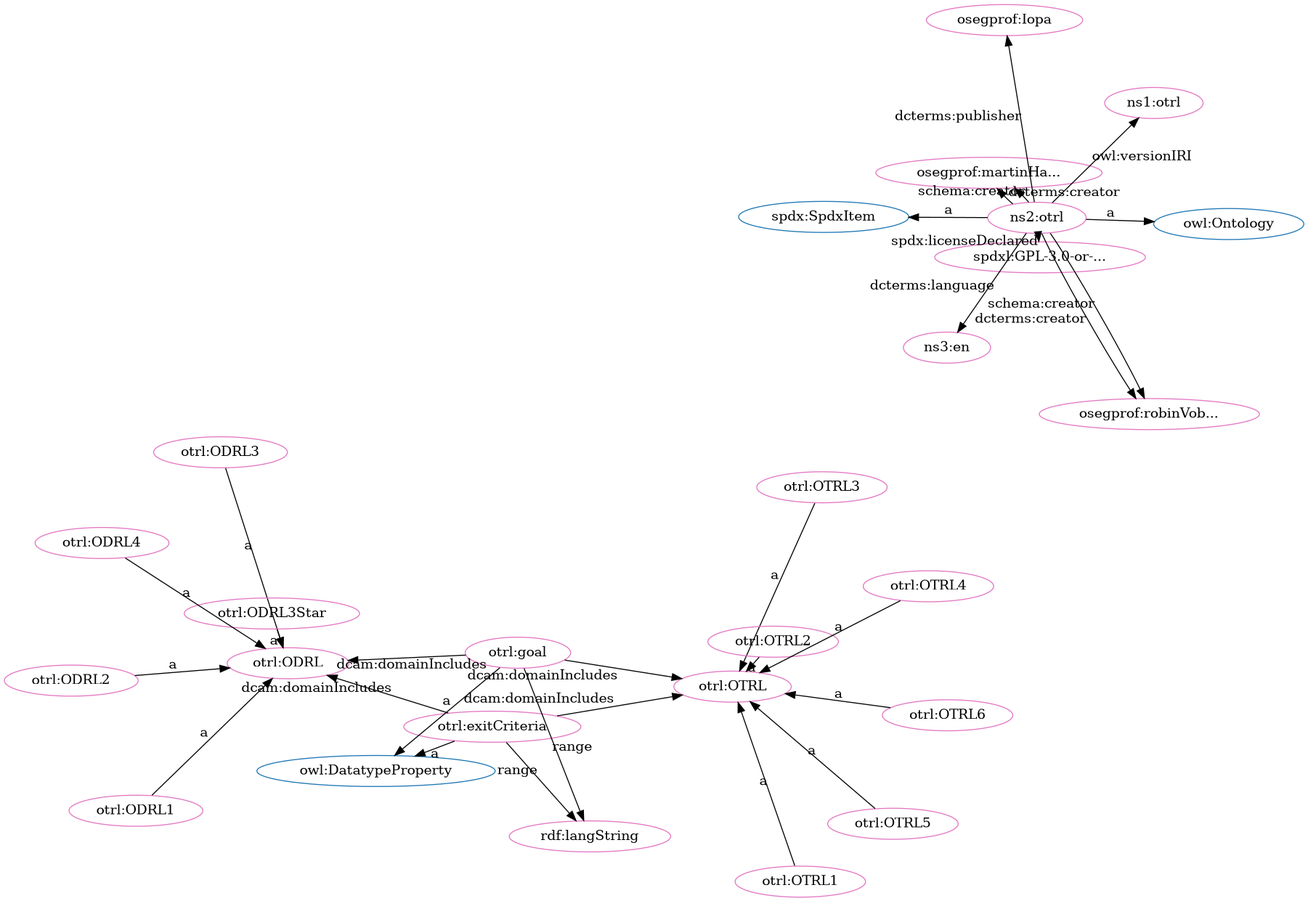
iop-alliance/OpenKnowHow keeps this Graphviz diagram as src/spec/fdp_otrl.png. Above is the earlier version. Its source is kept beside it as src/spec/fdp_otrl.dot.
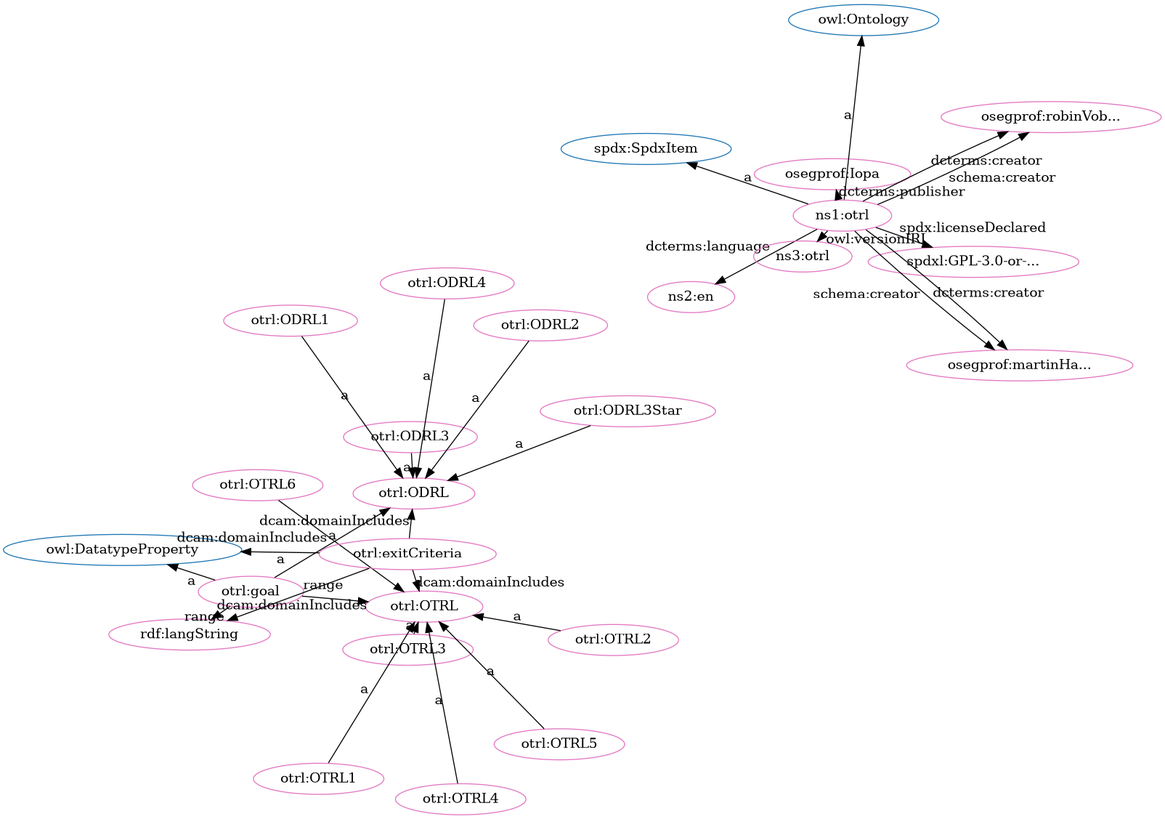
After the commit.

What changed in the source:
```diff
@@ -1,61 +1,61 @@
 digraph G {
   rankdir=BT
   node[height=.3]
+"http://www.w3.org/2002/07/owl#DatatypeProperty" [fillcolor="#1f77b4" color="#1f77b4" label="owl:DatatypeProperty"]
 "http://spdx.org/rdf/terms#SpdxItem" [fillcolor="#1f77b4" color="#1f77b4" label="spdx:SpdxItem"]
 "http://www.w3.org/2002/07/owl#Ontology" [fillcolor="#1f77b4" color="#1f77b4" label="owl:Ontology"]
-"http://www.w3.org/2002/07/owl#DatatypeProperty" [fillcolor="#1f77b4" color="#1f77b4" label="owl:DatatypeProperty"]
+"http://w3id.org/oseg/ont/otrl#ODRL" [fillcolor="#1f77b4" color="#1f77b4" label="otrl:ODRL"]
 "http://w3id.org/oseg/ont/otrl#OTRL" [fillcolor="#1f77b4" color="#1f77b4" label="otrl:OTRL"]
-"http://w3id.org/oseg/ont/otrl#ODRL" [fillcolor="#1f77b4" color="#1f77b4" label="otrl:ODRL"]
+"http://w3id.org/oseg/ont/otrl#OTRL6" [fillcolor="#e377c2" color="#e377c2" label="otrl:OTRL6"]
+"http://w3id.org/oseg/ont/otrl#ODRL3" [fillcolor="#e377c2" color="#e377c2" label="otrl:ODRL3"]
 "http://spdx.org/licenses/GPL-3.0-or-later" [fillcolor="#e377c2" color="#e377c2" label="spdxl:GPL-3.0-or-..."]
+"http://w3id.org/oseg/ont/otrl#goal" [fillcolor="#e377c2" color="#e377c2" label="otrl:goal"]
+"http://w3id.org/oseg/ont/oseg-profiles#Iopa" [fillcolor="#e377c2" color="#e377c2" label="osegprof:Iopa"]
+"http://w3id.org/oseg/ont/otrl#OTRL3" [fillcolor="#e377c2" color="#e377c2" label="otrl:OTRL3"]
+"http://w3id.org/oseg/ont/otrl#OTRL4" [fillcolor="#e377c2" color="#e377c2" label="otrl:OTRL4"]
+"http://w3id.org/oseg/ont/otrl" [fillcolor="#e377c2" color="#e377c2" label="ns1:otrl"]
+"http://w3id.org/oseg/ont/otrl#OTRL1" [fillcolor="#e377c2" color="#e377c2" label="otrl:OTRL1"]
+"http://w3id.org/oseg/ont/otrl#ODRL3Star" [fillcolor="#e377c2" color="#e377c2" label="otrl:ODRL3Star"]
+"http://w3id.org/oseg/ont/otrl#ODRL" [fillcolor="#e377c2" color="#e377c2" label="otrl:ODRL"]
+"http://w3id.org/oseg/ont/otrl#OTRL" [fillcolor="#e377c2" color="#e377c2" label="otrl:OTRL"]
+"http://www.w3.org/1999/02/22-rdf-syntax-ns#langString" [fillcolor="#e377c2" color="#e377c2" label="rdf:langString"]
+"http://w3id.org/oseg/ont/oseg-profiles#robinVobruba" [fillcolor="#e377c2" color="#e377c2" label="osegprof:robinVob..."]
+"http://w3id.org/oseg/ont/otrl#ODRL1" [fillcolor="#e377c2" color="#e377c2" label="otrl:ODRL1"]
+"http://id.loc.gov/vocabulary/iso639-1/en" [fillcolor="#e377c2" color="#e377c2" label="ns2:en"]
 "http://w3id.org/oseg/ont/oseg-profiles#martinHaeuer" [fillcolor="#e377c2" color="#e377c2" label="osegprof:martinHa..."]
-"http://w3id.org/oseg/ont/otrl#ODRL3" [fillcolor="#e377c2" color="#e377c2" label="otrl:ODRL3"]
-"http://w3id.org/oseg/ont/otrl#ODRL" [fillcolor="#e377c2" color="#e377c2" label="otrl:ODRL"]
-"http://w3id.org/oseg/ont/otrl#OTRL3" [fillcolor="#e377c2" color="#e377c2" label="otrl:OTRL3"]
-"http://w3id.org/oseg/ont/oseg-profiles#Iopa" [fillcolor="#e377c2" color="#e377c2" label="osegprof:Iopa"]
-"http://w3id.org/oseg/ont/otrl#ODRL1" [fillcolor="#e377c2" color="#e377c2" label="otrl:ODRL1"]
+"http://w3id.org/oseg/ont/otrl#ODRL4" [fillcolor="#e377c2" color="#e377c2" label="otrl:ODRL4"]
+"http://w3id.org/oseg/ont/otrl#ODRL2" [fillcolor="#e377c2" color="#e377c2" label="otrl:ODRL2"]
+"http://w3id.org/oseg/ont/otrl#OTRL2" [fillcolor="#e377c2" color="#e377c2" label="otrl:OTRL2"]
+"http://w3id.org/oseg/ont/1.1.0/otrl" [fillcolor="#e377c2" color="#e377c2" label="ns3:otrl"]
 "http://w3id.org/oseg/ont/otrl#OTRL5" [fillcolor="#e377c2" color="#e377c2" label="otrl:OTRL5"]
-"http://w3id.org/oseg/ont/otrl#OTRL1" [fillcolor="#e377c2" color="#e377c2" label="otrl:OTRL1"]
-"http://w3id.org/oseg/ont/otrl#OTRL2" [fillcolor="#e377c2" color="#e377c2" label="otrl:OTRL2"]
 "http://w3id.org/oseg/ont/otrl#exitCriteria" [fillcolor="#e377c2" color="#e377c2" label="otrl:exitCriteria"]
-"http://www.w3.org/1999/02/22-rdf-syntax-ns#langString" [fillcolor="#e377c2" color="#e377c2" label="rdf:langString"]
-"http://w3id.org/oseg/ont/otrl#ODRL2" [fillcolor="#e377c2" color="#e377c2" label="otrl:ODRL2"]
-"http://w3id.org/oseg/ont/otrl#OTRL4" [fillcolor="#e377c2" color="#e377c2" label="otrl:OTRL4"]
-"http://w3id.org/oseg/ont/otrl#ODRL3Star" [fillcolor="#e377c2" color="#e377c2" label="otrl:ODRL3Star"]
-"http://w3id.org/oseg/ont/1.1.0/otrl" [fillcolor="#e377c2" color="#e377c2" label="ns1:otrl"]
-"http://w3id.org/oseg/ont/otrl" [fillcolor="#e377c2" color="#e377c2" label="ns2:otrl"]
-"http://w3id.org/oseg/ont/oseg-profiles#robinVobruba" [fillcolor="#e377c2" color="#e377c2" label="osegprof:robinVob..."]
-"http://w3id.org/oseg/ont/otrl#ODRL4" [fillcolor="#e377c2" color="#e377c2" label="otrl:ODRL4"]
-"http://w3id.org/oseg/ont/otrl#OTRL" [fillcolor="#e377c2" color="#e377c2" label="otrl:OTRL"]
-"http://id.loc.gov/vocabulary/iso639-1/en" [fillcolor="#e377c2" color="#e377c2" label="ns3:en"]
-"http://w3id.org/oseg/ont/otrl#goal" [fillcolor="#e377c2" color="#e377c2" label="otrl:goal"]
-"http://w3id.org/oseg/ont/otrl#OTRL6" [fillcolor="#e377c2" color="#e377c2" label="otrl:OTRL6"]
+  "http://w3id.org/oseg/ont/otrl#OTRL6" -> "http://w3id.org/oseg/ont/otrl#OTRL" [label="a"]
+  "http://w3id.org/oseg/ont/otrl#ODRL3" -> "http://w3id.org/oseg/ont/otrl#ODRL" [label="a"]
+  "http://w3id.org/oseg/ont/otrl" -> "http://w3id.org/oseg/ont/oseg-profiles#Iopa" [label="dcterms:publisher"]
+  "http://w3id.org/oseg/ont/otrl#OTRL4" -> "http://w3id.org/oseg/ont/otrl#OTRL" [label="a"]
+  "http://w3id.org/oseg/ont/otrl#OTRL1" -> "http://w3id.org/oseg/ont/otrl#OTRL" [label="a"]
+  "http://w3id.org/oseg/ont/otrl#goal" -> "http://w3id.org/oseg/ont/otrl#ODRL" [label="dcam:domainIncludes"]
+  "http://w3id.org/oseg/ont/otrl#goal" -> "http://w3id.org/oseg/ont/otrl#OTRL" [label="dcam:domainIncludes"]
+  "http://w3id.org/oseg/ont/otrl#ODRL1" -> "http://w3id.org/oseg/ont/otrl#ODRL" [label="a"]
+  "http://w3id.org/oseg/ont/otrl" -> "http://www.w3.org/2002/07/owl#Ontology" [label="a"]
   "http://w3id.org/oseg/ont/otrl" -> "http://w3id.org/oseg/ont/oseg-profiles#martinHaeuer" [label="dcterms:creator"]
-  "http://w3id.org/oseg/ont/otrl#ODRL3" -> "http://w3id.org/oseg/ont/otrl#ODRL" [label="a"]
+  "http://w3id.org/oseg/ont/otrl#ODRL2" -> "http://w3id.org/oseg/ont/otrl#ODRL" [label="a"]
+  "http://w3id.org/oseg/ont/otrl#goal" -> "http://www.w3.org/1999/02/22-rdf-syntax-ns#langString" [label="range"]
+  "http://w3id.org/oseg/ont/otrl" -> "http://spdx.org/licenses/GPL-3.0-or-later" [label="spdx:licenseDeclared"]
+  "http://w3id.org/oseg/ont/otrl#goal" -> "http://www.w3.org/2002/07/owl#DatatypeProperty" [label="a"]
   "http://w3id.org/oseg/ont/otrl#OTRL3" -> "http://w3id.org/oseg/ont/otrl#OTRL" [label="a"]
-  "http://w3id.org/oseg/ont/otrl#ODRL1" -> "http://w3id.org/oseg/ont/otrl#ODRL" [label="a"]
+  "http://w3id.org/oseg/ont/otrl#ODRL3Star" -> "http://w3id.org/oseg/ont/otrl#ODRL" [label="a"]
+  "http://w3id.org/oseg/ont/otrl#exitCriteria" -> "http://www.w3.org/1999/02/22-rdf-syntax-ns#langString" [label="range"]
+  "http://w3id.org/oseg/ont/otrl" -> "http://w3id.org/oseg/ont/oseg-profiles#robinVobruba" [label="dcterms:creator"]
+  "http://w3id.org/oseg/ont/otrl" -> "http://id.loc.gov/vocabulary/iso639-1/en" [label="dcterms:language"]
+  "http://w3id.org/oseg/ont/otrl#ODRL4" -> "http://w3id.org/oseg/ont/otrl#ODRL" [label="a"]
+  "http://w3id.org/oseg/ont/otrl" -> "http://w3id.org/oseg/ont/oseg-profiles#martinHaeuer" [label="schema:creator"]
+  "http://w3id.org/oseg/ont/otrl#OTRL2" -> "http://w3id.org/oseg/ont/otrl#OTRL" [label="a"]
+  "http://w3id.org/oseg/ont/otrl" -> "http://w3id.org/oseg/ont/1.1.0/otrl" [label="owl:versionIRI"]
   "http://w3id.org/oseg/ont/otrl#OTRL5" -> "http://w3id.org/oseg/ont/otrl#OTRL" [label="a"]
-  "http://w3id.org/oseg/ont/otrl#OTRL2" -> "http://w3id.org/oseg/ont/otrl#OTRL" [label="a"]
-  "http://w3id.org/oseg/ont/otrl#exitCriteria" -> "http://www.w3.org/1999/02/22-rdf-syntax-ns#langString" [label="range"]
-  "http://w3id.org/oseg/ont/otrl#ODRL2" -> "http://w3id.org/oseg/ont/otrl#ODRL" [label="a"]
-  "http://w3id.org/oseg/ont/otrl#ODRL3Star" -> "http://w3id.org/oseg/ont/otrl#ODRL" [label="a"]
-  "http://w3id.org/oseg/ont/otrl" -> "http://w3id.org/oseg/ont/1.1.0/otrl" [label="owl:versionIRI"]
-  "http://w3id.org/oseg/ont/otrl#goal" -> "http://w3id.org/oseg/ont/otrl#ODRL" [label="dcam:domainIncludes"]
+  "http://w3id.org/oseg/ont/otrl#exitCriteria" -> "http://w3id.org/oseg/ont/otrl#ODRL" [label="dcam:domainIncludes"]
+  "http://w3id.org/oseg/ont/otrl#exitCriteria" -> "http://w3id.org/oseg/ont/otrl#OTRL" [label="dcam:domainIncludes"]
   "http://w3id.org/oseg/ont/otrl" -> "http://w3id.org/oseg/ont/oseg-profiles#robinVobruba" [label="schema:creator"]
-  "http://w3id.org/oseg/ont/otrl#goal" -> "http://www.w3.org/1999/02/22-rdf-syntax-ns#langString" [label="range"]
-  "http://w3id.org/oseg/ont/otrl" -> "http://w3id.org/oseg/ont/oseg-profiles#martinHaeuer" [label="schema:creator"]
-  "http://w3id.org/oseg/ont/otrl#OTRL6" -> "http://w3id.org/oseg/ont/otrl#OTRL" [label="a"]
-  "http://w3id.org/oseg/ont/otrl#exitCriteria" -> "http://w3id.org/oseg/ont/otrl#OTRL" [label="dcam:domainIncludes"]
-  "http://w3id.org/oseg/ont/otrl" -> "http://spdx.org/licenses/GPL-3.0-or-later" [label="spdx:licenseDeclared"]
-  "http://w3id.org/oseg/ont/otrl#exitCriteria" -> "http://w3id.org/oseg/ont/otrl#ODRL" [label="dcam:domainIncludes"]
-  "http://w3id.org/oseg/ont/otrl" -> "http://w3id.org/oseg/ont/oseg-profiles#Iopa" [label="dcterms:publisher"]
-  "http://w3id.org/oseg/ont/otrl#OTRL1" -> "http://w3id.org/oseg/ont/otrl#OTRL" [label="a"]
   "http://w3id.org/oseg/ont/otrl#exitCriteria" -> "http://www.w3.org/2002/07/owl#DatatypeProperty" [label="a"]
-  "http://w3id.org/oseg/ont/otrl#OTRL4" -> "http://w3id.org/oseg/ont/otrl#OTRL" [label="a"]
-  "http://w3id.org/oseg/ont/otrl" -> "http://www.w3.org/2002/07/owl#Ontology" [label="a"]
-  "http://w3id.org/oseg/ont/otrl#ODRL4" -> "http://w3id.org/oseg/ont/otrl#ODRL" [label="a"]
-  "http://w3id.org/oseg/ont/otrl" -> "http://w3id.org/oseg/ont/oseg-profiles#robinVobruba" [label="dcterms:creator"]
   "http://w3id.org/oseg/ont/otrl" -> "http://spdx.org/rdf/terms#SpdxItem" [label="a"]
-  "http://w3id.org/oseg/ont/otrl#goal" -> "http://w3id.org/oseg/ont/otrl#OTRL" [label="dcam:domainIncludes"]
-  "http://w3id.org/oseg/ont/otrl" -> "http://id.loc.gov/vocabulary/iso639-1/en" [label="dcterms:language"]
-  "http://w3id.org/oseg/ont/otrl#goal" -> "http://www.w3.org/2002/07/owl#DatatypeProperty" [label="a"]
 }
```
